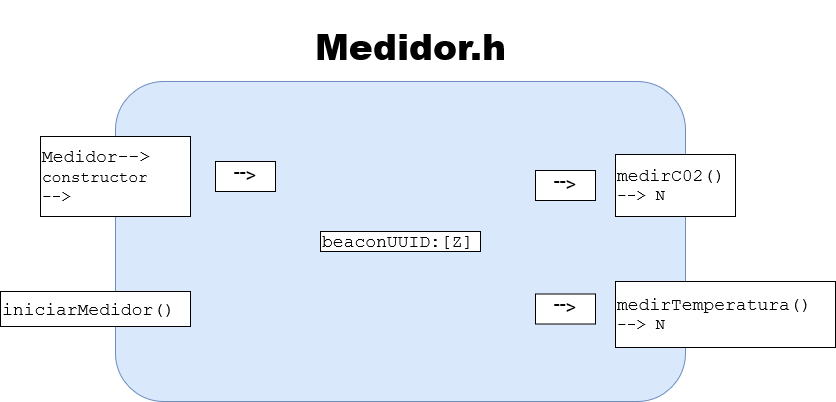
leire07/Sprint0Arduino keeps this draw.io diagram as docs/arquitectura_inversa/arduino/medidor.drawio.png. Above is the earlier version. Source tidied: cells renumbered, new cells last; positions are measured from the earlier drawing's top-left corner, leaving out a move shared by most shapes. Source of this version:
```xml
<mxGraphModel>
  <root>
    <mxCell id="0" />
    <mxCell id="1" parent="0" />
    <mxCell id="2" value="&lt;h1 style=&quot;font-size: 36px&quot;&gt;&lt;font style=&quot;font-size: 36px&quot;&gt;&lt;b&gt;&lt;font style=&quot;font-size: 36px&quot;&gt;Medidor.h&lt;/font&gt;&lt;/b&gt;&lt;/font&gt;&lt;/h1&gt;" style="text;html=1;align=center;verticalAlign=middle;" parent="1" vertex="1">
      <mxGeometry x="305" width="210" height="70" as="geometry" />
    </mxCell>
    <mxCell id="3" style="rounded=1;whiteSpace=wrap;html=1;fillColor=#dae8fc;strokeColor=#6c8ebf;" parent="1" vertex="1">
      <mxGeometry x="115" y="70" width="570" height="320" as="geometry" />
    </mxCell>
    <mxCell id="4" value="&lt;font style=&quot;font-size: 18px&quot;&gt;beaconUUID:[Z]&lt;/font&gt;" style="rounded=0;whiteSpace=wrap;html=1;fontFamily=Courier New;align=left;" parent="1" vertex="1">
      <mxGeometry x="320" y="220" width="160" height="20" as="geometry" />
    </mxCell>
    <mxCell id="5" value="&lt;div&gt;&lt;font style=&quot;font-size: 18px&quot;&gt;Medidor--&amp;gt;&lt;/font&gt;&lt;/div&gt;&lt;div&gt;&lt;font size=&quot;3&quot;&gt;constructor&lt;/font&gt;&lt;/div&gt;&lt;div&gt;&lt;font size=&quot;3&quot;&gt;--&amp;gt;&lt;br&gt;&lt;/font&gt;&lt;/div&gt;" style="rounded=0;whiteSpace=wrap;html=1;fontFamily=Courier New;align=left;" parent="1" vertex="1">
      <mxGeometry x="40" y="125" width="150" height="80" as="geometry" />
    </mxCell>
    <mxCell id="6" value="&lt;font style=&quot;font-size: 18px&quot;&gt;iniciarMedidor()&lt;/font&gt;" style="rounded=0;whiteSpace=wrap;html=1;fontFamily=Courier New;align=left;" parent="1" vertex="1">
      <mxGeometry y="280" width="190" height="35" as="geometry" />
    </mxCell>
    <mxCell id="7" value="&lt;font style=&quot;font-size: 18px&quot;&gt;&amp;lt;--&lt;/font&gt;" style="rounded=0;whiteSpace=wrap;html=1;rotation=-180;" parent="1" vertex="1">
      <mxGeometry x="215" y="150" width="60" height="30" as="geometry" />
    </mxCell>
    <mxCell id="8" value="&lt;div&gt;&lt;font style=&quot;font-size: 18px&quot;&gt;medirC02()&lt;/font&gt;&lt;/div&gt;&lt;div&gt;&lt;font size=&quot;3&quot;&gt;--&amp;gt; N&lt;br&gt;&lt;/font&gt;&lt;/div&gt;" style="rounded=0;whiteSpace=wrap;html=1;fontFamily=Courier New;align=left;" parent="1" vertex="1">
      <mxGeometry x="615" y="143" width="120" height="62" as="geometry" />
    </mxCell>
    <mxCell id="9" value="&lt;font style=&quot;font-size: 18px&quot;&gt;&amp;lt;--&lt;/font&gt;" style="rounded=0;whiteSpace=wrap;html=1;rotation=-180;" parent="1" vertex="1">
      <mxGeometry x="535" y="159" width="60" height="30" as="geometry" />
    </mxCell>
    <mxCell id="10" value="&lt;div&gt;&lt;font style=&quot;font-size: 18px&quot;&gt;medirTemperatura()&lt;/font&gt;&lt;/div&gt;&lt;div&gt;&lt;font size=&quot;3&quot;&gt;--&amp;gt; N&lt;br&gt;&lt;/font&gt;&lt;/div&gt;" style="rounded=0;whiteSpace=wrap;html=1;fontFamily=Courier New;align=left;" parent="1" vertex="1">
      <mxGeometry x="615" y="270" width="220" height="66" as="geometry" />
    </mxCell>
    <mxCell id="11" value="&lt;font style=&quot;font-size: 18px&quot;&gt;&amp;lt;--&lt;/font&gt;" style="rounded=0;whiteSpace=wrap;html=1;rotation=-180;" parent="1" vertex="1">
      <mxGeometry x="535" y="282.5" width="60" height="30" as="geometry" />
    </mxCell>
  </root>
</mxGraphModel>
```
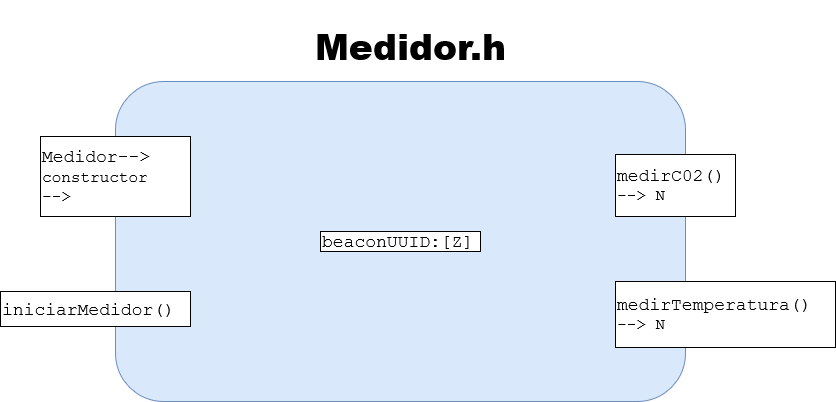
The same file after the commit.

What changed in the source:
```diff
@@ -17,20 +17,11 @@
     <mxCell id="6" value="&lt;font style=&quot;font-size: 18px&quot;&gt;iniciarMedidor()&lt;/font&gt;" style="rounded=0;whiteSpace=wrap;html=1;fontFamily=Courier New;align=left;" parent="1" vertex="1">
       <mxGeometry y="280" width="190" height="35" as="geometry" />
     </mxCell>
-    <mxCell id="7" value="&lt;font style=&quot;font-size: 18px&quot;&gt;&amp;lt;--&lt;/font&gt;" style="rounded=0;whiteSpace=wrap;html=1;rotation=-180;" parent="1" vertex="1">
-      <mxGeometry x="215" y="150" width="60" height="30" as="geometry" />
-    </mxCell>
     <mxCell id="8" value="&lt;div&gt;&lt;font style=&quot;font-size: 18px&quot;&gt;medirC02()&lt;/font&gt;&lt;/div&gt;&lt;div&gt;&lt;font size=&quot;3&quot;&gt;--&amp;gt; N&lt;br&gt;&lt;/font&gt;&lt;/div&gt;" style="rounded=0;whiteSpace=wrap;html=1;fontFamily=Courier New;align=left;" parent="1" vertex="1">
       <mxGeometry x="615" y="143" width="120" height="62" as="geometry" />
     </mxCell>
-    <mxCell id="9" value="&lt;font style=&quot;font-size: 18px&quot;&gt;&amp;lt;--&lt;/font&gt;" style="rounded=0;whiteSpace=wrap;html=1;rotation=-180;" parent="1" vertex="1">
-      <mxGeometry x="535" y="159" width="60" height="30" as="geometry" />
-    </mxCell>
     <mxCell id="10" value="&lt;div&gt;&lt;font style=&quot;font-size: 18px&quot;&gt;medirTemperatura()&lt;/font&gt;&lt;/div&gt;&lt;div&gt;&lt;font size=&quot;3&quot;&gt;--&amp;gt; N&lt;br&gt;&lt;/font&gt;&lt;/div&gt;" style="rounded=0;whiteSpace=wrap;html=1;fontFamily=Courier New;align=left;" parent="1" vertex="1">
       <mxGeometry x="615" y="270" width="220" height="66" as="geometry" />
     </mxCell>
-    <mxCell id="11" value="&lt;font style=&quot;font-size: 18px&quot;&gt;&amp;lt;--&lt;/font&gt;" style="rounded=0;whiteSpace=wrap;html=1;rotation=-180;" parent="1" vertex="1">
-      <mxGeometry x="535" y="282.5" width="60" height="30" as="geometry" />
-    </mxCell>
   </root>
 </mxGraphModel>
```
